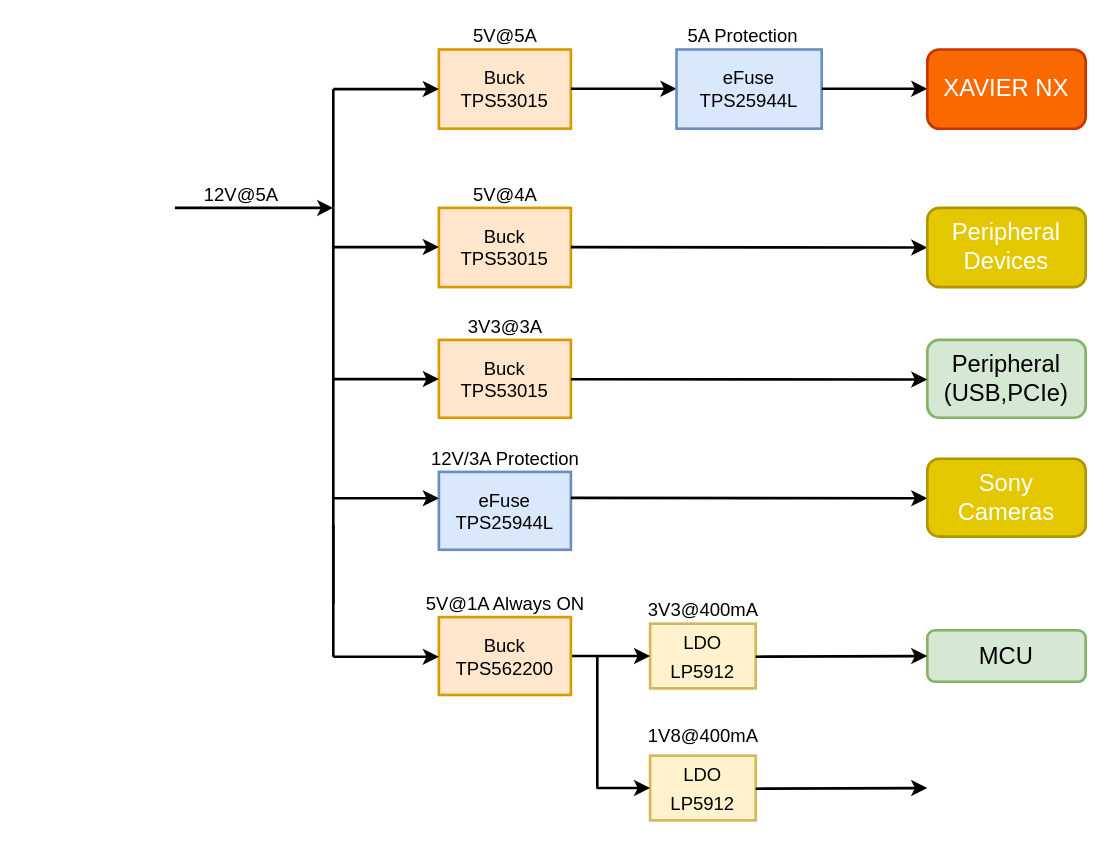
This is Xavier_NX.drawio from anhvanthe/01_my_drawio, a draw.io file, before an edit. Source tidied: cells renumbered, new cells numbered last; positions are measured from the earlier drawing's top-left corner, leaving out a move shared by most shapes. Both pictures are drawn from the tidied source at 132%, with x=0, y=0 at pixel (174, 22).
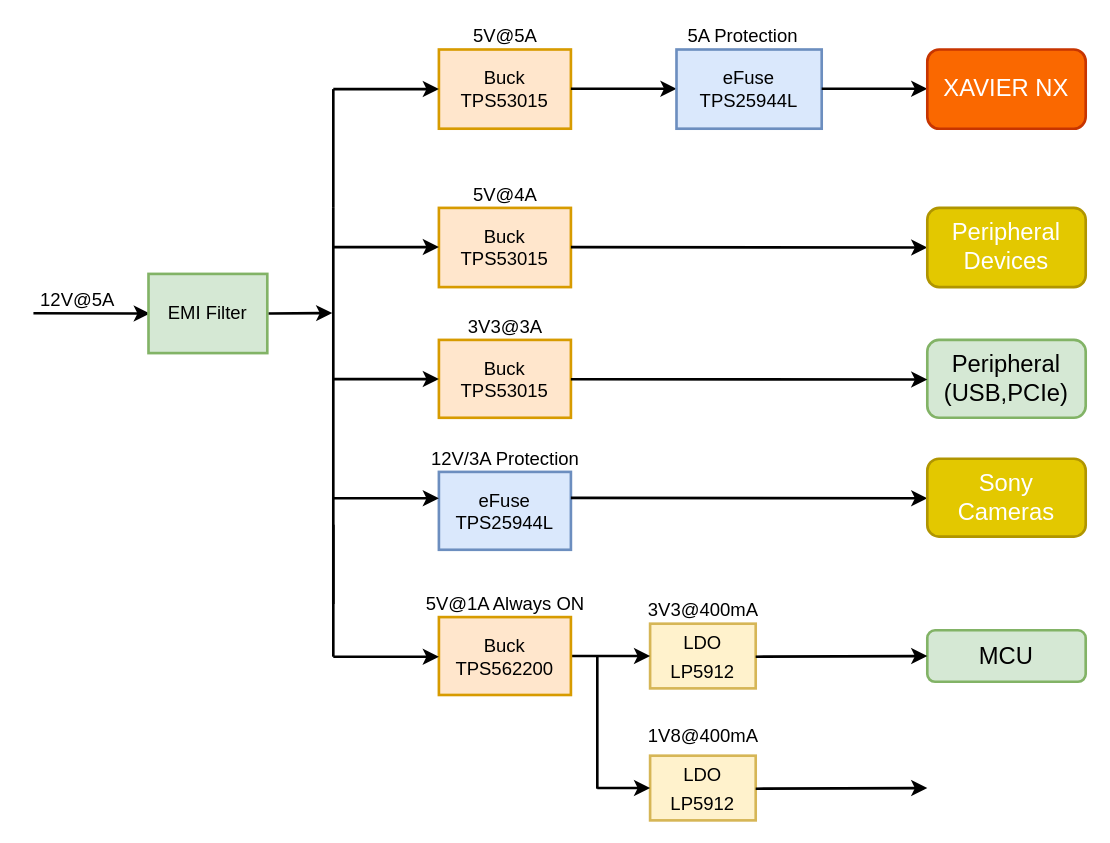
The same diagram, later.

What changed in the source:
```diff
@@
-    <mxCell id="2" style="endArrow=classic;html=1;strokeWidth=2;" parent="1" edge="1">
+    <mxCell id="2" style="endArrow=classic;html=1;strokeWidth=2;exitX=0.026;exitY=0.99;exitDx=0;exitDy=0;exitPerimeter=0;" parent="1" edge="1" source="3">
       <mxGeometry relative="1" as="geometry">
-        <mxPoint y="140" as="sourcePoint" />
-        <mxPoint x="120" y="140" as="targetPoint" />
+        <mxPoint x="-19" y="220" as="targetPoint" />
       </mxGeometry>
     </mxCell>
     <mxCell id="3" value="12V@5A" style="text;html=1;align=center;verticalAlign=middle;points=[];fontSize=14;strokeWidth=2;" parent="1" vertex="1">
-      <mxGeometry x="15" y="120" width="70" height="20" as="geometry" />
+      <mxGeometry x="-109" y="200" width="70" height="20" as="geometry" />
     </mxCell>
@@
+    <mxCell id="43" value="&lt;span style=&quot;font-size: 14px&quot;&gt;EMI Filter&lt;/span&gt;" style="rounded=0;whiteSpace=wrap;html=1;strokeWidth=2;fillColor=#d5e8d4;strokeColor=#82b366;" parent="1" vertex="1">
+      <mxGeometry x="-20" y="190" width="90" height="60" as="geometry" />
+    </mxCell>
+    <mxCell id="44" style="endArrow=classic;html=1;strokeWidth=2;" parent="1" edge="1">
+      <mxGeometry relative="1" as="geometry">
+        <mxPoint x="71" y="220" as="sourcePoint" />
+        <mxPoint x="119.2" y="219.6" as="targetPoint" />
+      </mxGeometry>
+    </mxCell>
```
